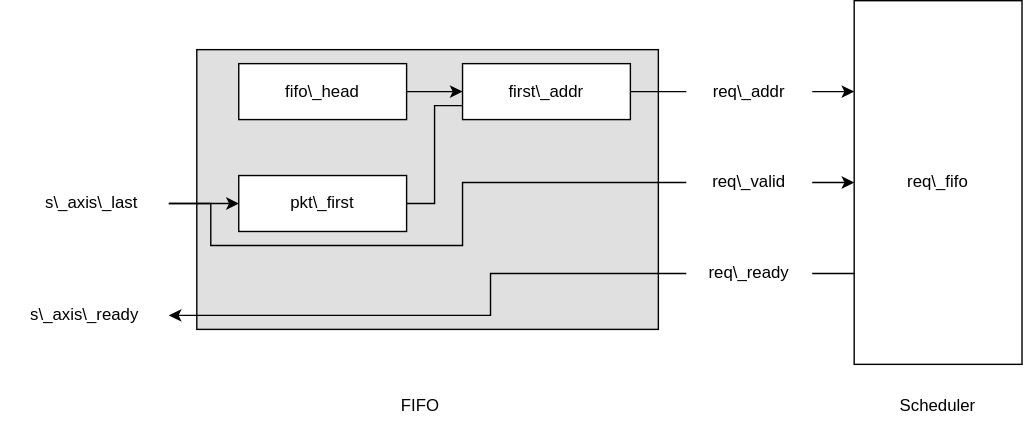
Earlier version of the draw.io export images/impl_req_fifoside.svg (retrhelo/bachelor-thesis). Source tidied: cells renumbered, new cells last; positions are measured from the earlier drawing's top-left corner, leaving out a move shared by most shapes. The source it was exported from:
```xml
<mxGraphModel>
  <root>
    <mxCell id="0" />
    <mxCell id="1" parent="0" />
    <mxCell id="2" style="rounded=0;whiteSpace=wrap;html=1;fillColor=#E0E0E0;" parent="1" vertex="1">
      <mxGeometry x="140" y="35" width="330" height="200" as="geometry" />
    </mxCell>
    <mxCell id="3" value="fifo\_head" style="rounded=0;whiteSpace=wrap;html=1;" parent="1" vertex="1">
      <mxGeometry x="170" y="45" width="120" height="40" as="geometry" />
    </mxCell>
    <mxCell id="4" value="pkt\_first" style="rounded=0;whiteSpace=wrap;html=1;fillColor=#FFFFFF;" parent="1" vertex="1">
      <mxGeometry x="170" y="125" width="120" height="40" as="geometry" />
    </mxCell>
    <mxCell id="5" value="s\_axis\_last" style="text;html=1;strokeColor=none;fillColor=none;align=center;verticalAlign=middle;whiteSpace=wrap;rounded=0;" parent="1" vertex="1">
      <mxGeometry x="10" y="125" width="110" height="40" as="geometry" />
    </mxCell>
    <mxCell id="6" value="req\_valid" style="text;html=1;strokeColor=none;fillColor=none;align=center;verticalAlign=middle;whiteSpace=wrap;rounded=0;" parent="1" vertex="1">
      <mxGeometry x="490" y="110" width="90" height="40" as="geometry" />
    </mxCell>
    <mxCell id="7" value="req\_ready" style="text;html=1;strokeColor=none;fillColor=none;align=center;verticalAlign=middle;whiteSpace=wrap;rounded=0;" parent="1" vertex="1">
      <mxGeometry x="490" y="175" width="90" height="40" as="geometry" />
    </mxCell>
    <mxCell id="8" value="req\_addr" style="text;html=1;strokeColor=none;fillColor=none;align=center;verticalAlign=middle;whiteSpace=wrap;rounded=0;" parent="1" vertex="1">
      <mxGeometry x="490" y="45" width="90" height="40" as="geometry" />
    </mxCell>
    <mxCell id="9" value="first\_addr" style="rounded=0;whiteSpace=wrap;html=1;fillColor=#FFFFFF;" parent="1" vertex="1">
      <mxGeometry x="330" y="45" width="120" height="40" as="geometry" />
    </mxCell>
    <mxCell id="10" style="endArrow=classic;html=1;rounded=0;exitX=1;exitY=0.5;exitDx=0;exitDy=0;entryX=0;entryY=0.25;entryDx=0;entryDy=0;" parent="1" edge="1" source="8" target="13">
      <mxGeometry relative="1" as="geometry" />
    </mxCell>
    <mxCell id="11" style="endArrow=none;html=1;rounded=0;entryX=0;entryY=0.5;entryDx=0;entryDy=0;exitX=1;exitY=0.5;exitDx=0;exitDy=0;" parent="1" edge="1" source="9" target="8">
      <mxGeometry relative="1" as="geometry" />
    </mxCell>
    <mxCell id="12" style="endArrow=classic;html=1;rounded=0;entryX=0;entryY=0.5;entryDx=0;entryDy=0;exitX=1;exitY=0.5;exitDx=0;exitDy=0;" parent="1" edge="1" source="3" target="9">
      <mxGeometry relative="1" as="geometry" />
    </mxCell>
    <mxCell id="13" value="req\_fifo" style="rounded=0;whiteSpace=wrap;html=1;fillColor=#FFFFFF;" parent="1" vertex="1">
      <mxGeometry x="610" width="120" height="260" as="geometry" />
    </mxCell>
    <mxCell id="14" style="endArrow=none;html=1;rounded=0;entryX=0;entryY=0.75;entryDx=0;entryDy=0;exitX=1;exitY=0.5;exitDx=0;exitDy=0;" parent="1" edge="1" source="4" target="9">
      <mxGeometry relative="1" as="geometry">
        <Array as="points">
          <mxPoint x="310" y="145" />
          <mxPoint x="310" y="75" />
        </Array>
      </mxGeometry>
    </mxCell>
    <mxCell id="15" style="endArrow=classic;html=1;rounded=0;exitX=1;exitY=0.5;exitDx=0;exitDy=0;entryX=0;entryY=0.5;entryDx=0;entryDy=0;" parent="1" edge="1" source="5" target="4">
      <mxGeometry relative="1" as="geometry" />
    </mxCell>
    <mxCell id="16" style="endArrow=classic;html=1;rounded=0;entryX=0;entryY=0.5;entryDx=0;entryDy=0;exitX=1;exitY=0.5;exitDx=0;exitDy=0;" parent="1" edge="1" source="6" target="13">
      <mxGeometry relative="1" as="geometry" />
    </mxCell>
    <mxCell id="17" style="endArrow=none;html=1;rounded=0;entryX=0;entryY=0.75;entryDx=0;entryDy=0;exitX=1;exitY=0.5;exitDx=0;exitDy=0;" parent="1" edge="1" source="7" target="13">
      <mxGeometry relative="1" as="geometry" />
    </mxCell>
    <mxCell id="18" style="endArrow=classic;html=1;rounded=0;exitX=0;exitY=0.5;exitDx=0;exitDy=0;entryX=1;entryY=0.5;entryDx=0;entryDy=0;" parent="1" edge="1" source="7" target="19">
      <mxGeometry relative="1" as="geometry">
        <Array as="points">
          <mxPoint x="350" y="195" />
          <mxPoint x="350" y="225" />
        </Array>
      </mxGeometry>
    </mxCell>
    <mxCell id="19" value="s\_axis\_ready" style="text;html=1;strokeColor=none;fillColor=none;align=center;verticalAlign=middle;whiteSpace=wrap;rounded=0;" parent="1" vertex="1">
      <mxGeometry y="205" width="120" height="40" as="geometry" />
    </mxCell>
    <mxCell id="20" style="endArrow=none;html=1;rounded=0;entryX=0;entryY=0.5;entryDx=0;entryDy=0;exitX=1;exitY=0.5;exitDx=0;exitDy=0;" parent="1" edge="1" source="5" target="6">
      <mxGeometry relative="1" as="geometry">
        <Array as="points">
          <mxPoint x="150" y="145" />
          <mxPoint x="150" y="175" />
          <mxPoint x="330" y="175" />
          <mxPoint x="330" y="130" />
        </Array>
      </mxGeometry>
    </mxCell>
    <mxCell id="21" value="FIFO" style="text;html=1;strokeColor=none;fillColor=none;align=center;verticalAlign=middle;whiteSpace=wrap;rounded=0;" parent="1" vertex="1">
      <mxGeometry x="270" y="275" width="60" height="30" as="geometry" />
    </mxCell>
    <mxCell id="22" value="Scheduler" style="text;html=1;strokeColor=none;fillColor=none;align=center;verticalAlign=middle;whiteSpace=wrap;rounded=0;" parent="1" vertex="1">
      <mxGeometry x="640" y="275" width="60" height="30" as="geometry" />
    </mxCell>
  </root>
</mxGraphModel>
```
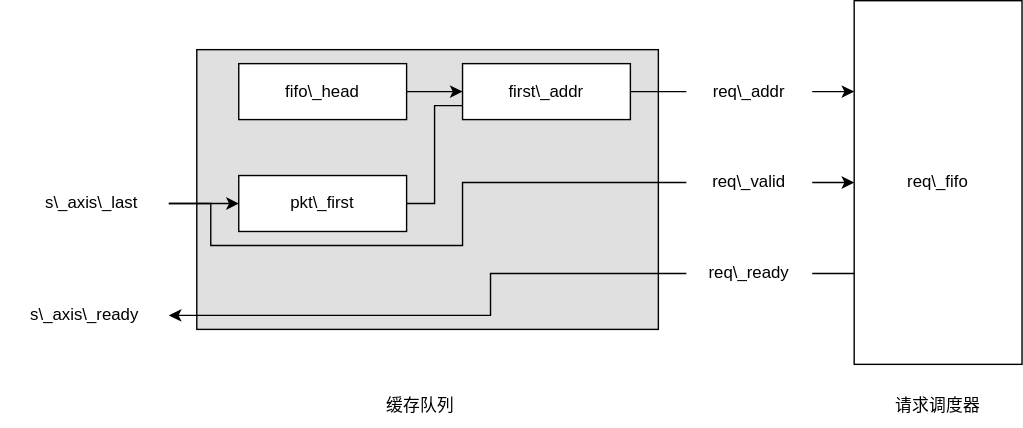
Above is the later version.

The edit, as a diff of the source:
```diff
@@ -76,11 +76,11 @@
         </Array>
       </mxGeometry>
     </mxCell>
-    <mxCell id="21" value="FIFO" style="text;html=1;strokeColor=none;fillColor=none;align=center;verticalAlign=middle;whiteSpace=wrap;rounded=0;" parent="1" vertex="1">
+    <mxCell id="21" value="缓存队列" style="text;html=1;strokeColor=none;fillColor=none;align=center;verticalAlign=middle;whiteSpace=wrap;rounded=0;" parent="1" vertex="1">
       <mxGeometry x="270" y="275" width="60" height="30" as="geometry" />
     </mxCell>
-    <mxCell id="22" value="Scheduler" style="text;html=1;strokeColor=none;fillColor=none;align=center;verticalAlign=middle;whiteSpace=wrap;rounded=0;" parent="1" vertex="1">
-      <mxGeometry x="640" y="275" width="60" height="30" as="geometry" />
+    <mxCell id="22" value="请求调度器" style="text;html=1;strokeColor=none;fillColor=none;align=center;verticalAlign=middle;whiteSpace=wrap;rounded=0;" parent="1" vertex="1">
+      <mxGeometry x="635" y="275" width="70" height="30" as="geometry" />
     </mxCell>
   </root>
 </mxGraphModel>
```
